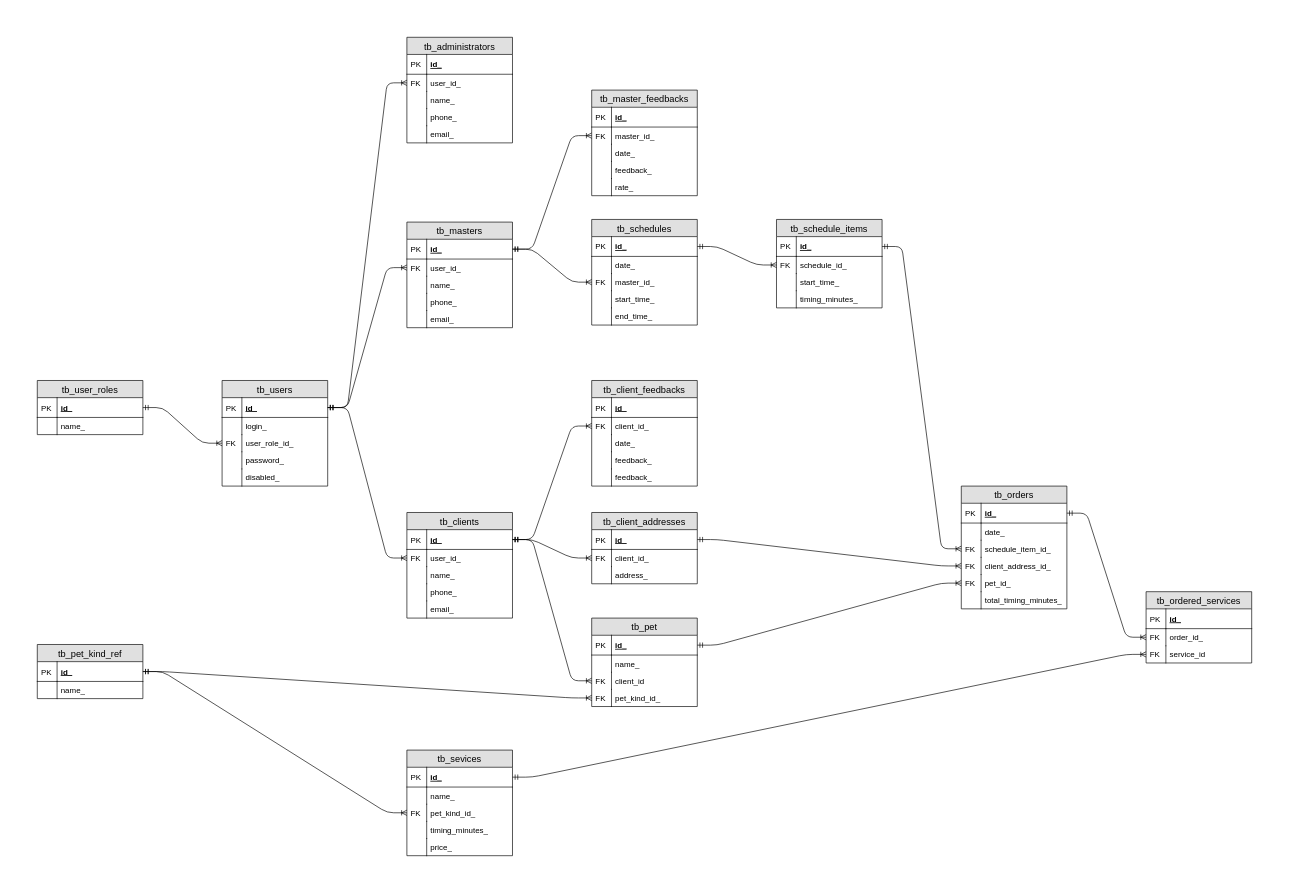
tischenko-dmitriy/grooming-salon keeps this draw.io diagram as page "Page-1" (1 of 2) of documentation/otus-grooming-salon.drawio. Above is the earlier version. Source tidied: cells renumbered, new cells numbered last; positions are measured from the earlier drawing's top-left corner, leaving out a move shared by most shapes. Both pictures are drawn from the tidied source at 66%, with x=0, y=0 at pixel (37, 37).
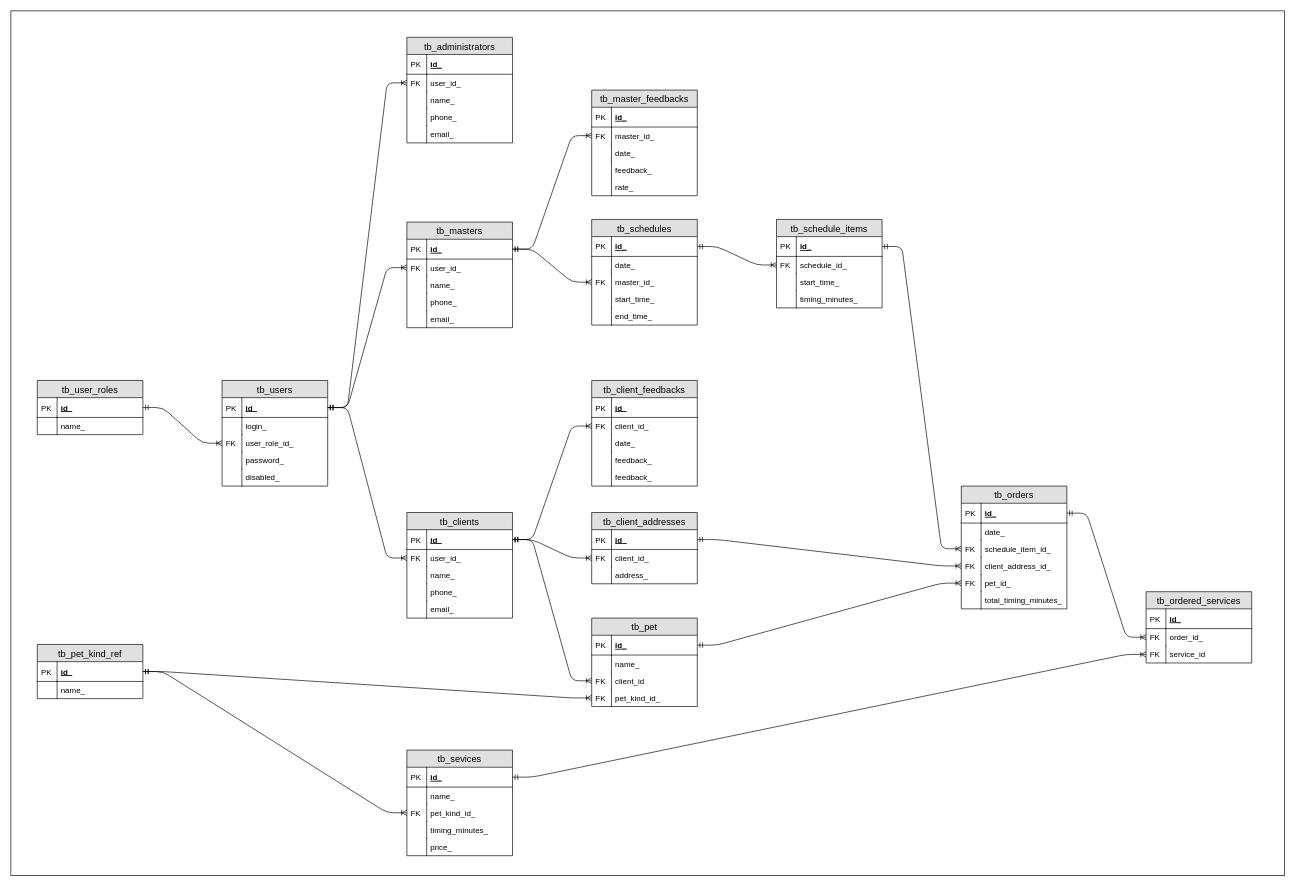
The same page after the edit.

The edit, as a diff of the source:
```diff
@@
+    <mxCell id="162" style="rounded=0;whiteSpace=wrap;html=1;fillColor=none;" parent="1" vertex="1">
+      <mxGeometry x="-40" y="-40" width="1930" height="1310" as="geometry" />
+    </mxCell>
```
